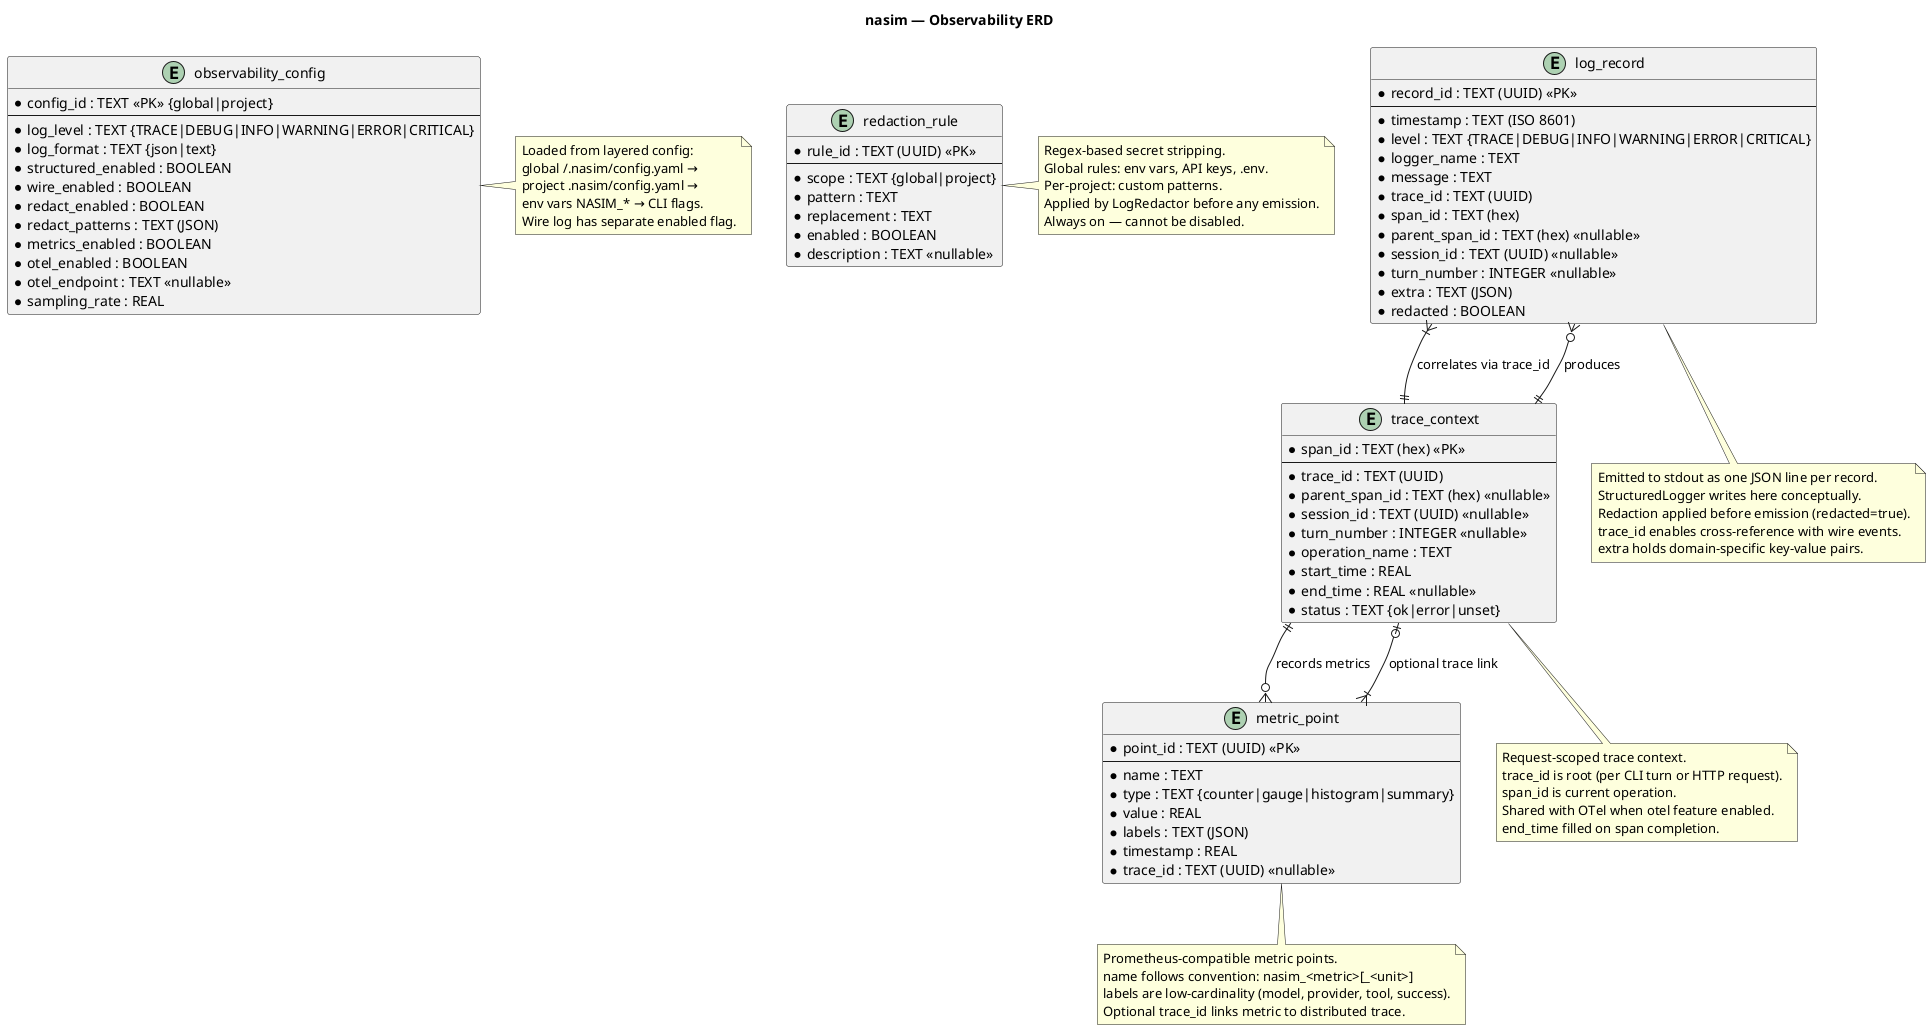
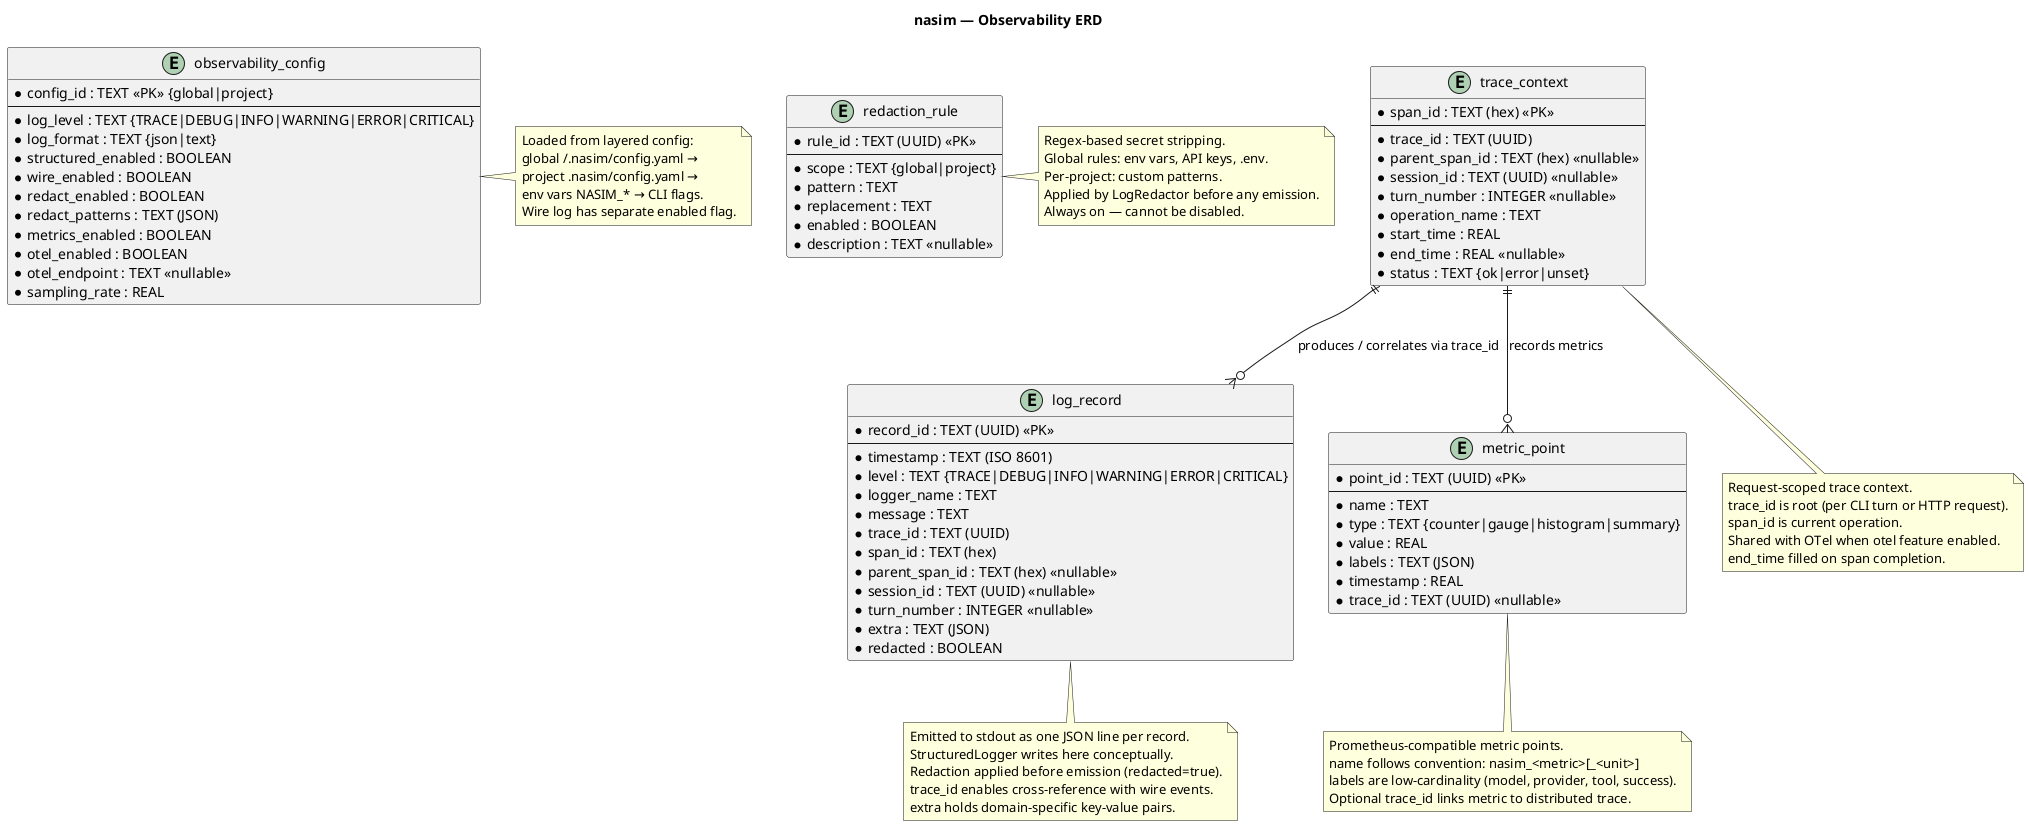
@startuml er_observability
+ ' Source:  docs/CT/DATA/ (observability is emit-only — stdout + /metrics)
+ ' Store:   Observability — stdout + /metrics endpoint (in-memory + stdout)
+ ' Legend:  * = mandatory;  <<PK>> = primary key;  <<FK>> = foreign key
' ============================================================
' Title:     nasim — Observability ERD
' Boundary:  nasim code agent CLI
' Purpose:   Physical schema for structured logs, metrics, and trace context
' Milestone: v1.0
' Version:   1.0.0
' Source:    docs/audit/audit.2026.06.20.logging.observability.car.md
' Review:    —
' Note:      Emit-only per tenas pattern. Logs go to stdout.
'            Metrics exposed via /metrics pull endpoint.
'            OTel export is optional (behind feature flag).
' ============================================================

title nasim — Observability ERD

entity "log_record" as lr {
    * record_id : TEXT (UUID) <<PK>>
    --
    * timestamp : TEXT (ISO 8601)
    * level : TEXT {TRACE|DEBUG|INFO|WARNING|ERROR|CRITICAL}
    * logger_name : TEXT
    * message : TEXT
    * trace_id : TEXT (UUID)
    * span_id : TEXT (hex)
    * parent_span_id : TEXT (hex) <<nullable>>
    * session_id : TEXT (UUID) <<nullable>>
    * turn_number : INTEGER <<nullable>>
    * extra : TEXT (JSON)
    * redacted : BOOLEAN
}

entity "metric_point" as mp {
    * point_id : TEXT (UUID) <<PK>>
    --
    * name : TEXT
    * type : TEXT {counter|gauge|histogram|summary}
    * value : REAL
    * labels : TEXT (JSON)
    * timestamp : REAL
    * trace_id : TEXT (UUID) <<nullable>>
}

entity "trace_context" as tc {
    * span_id : TEXT (hex) <<PK>>
    --
    * trace_id : TEXT (UUID)
    * parent_span_id : TEXT (hex) <<nullable>>
    * session_id : TEXT (UUID) <<nullable>>
    * turn_number : INTEGER <<nullable>>
    * operation_name : TEXT
    * start_time : REAL
    * end_time : REAL <<nullable>>
    * status : TEXT {ok|error|unset}
}

entity "observability_config" as oc {
    * config_id : TEXT <<PK>> {global|project}
    --
    * log_level : TEXT {TRACE|DEBUG|INFO|WARNING|ERROR|CRITICAL}
    * log_format : TEXT {json|text}
    * structured_enabled : BOOLEAN
    * wire_enabled : BOOLEAN
    * redact_enabled : BOOLEAN
    * redact_patterns : TEXT (JSON)
    * metrics_enabled : BOOLEAN
    * otel_enabled : BOOLEAN
    * otel_endpoint : TEXT <<nullable>>
    * sampling_rate : REAL
}

entity "redaction_rule" as rr {
    * rule_id : TEXT (UUID) <<PK>>
    --
    * scope : TEXT {global|project}
    * pattern : TEXT
    * replacement : TEXT
    * enabled : BOOLEAN
    * description : TEXT <<nullable>>
}

- lr }|--|| tc : "correlates via trace_id"
- mp }|--o| tc : "optional trace link"
- tc ||--o{ lr : "produces"
+ tc ||--o{ lr : "produces / correlates via trace_id"
tc ||--o{ mp : "records metrics"

note bottom of lr
  Emitted to stdout as one JSON line per record.
  StructuredLogger writes here conceptually.
  Redaction applied before emission (redacted=true).
  trace_id enables cross-reference with wire events.
  extra holds domain-specific key-value pairs.
end note

note bottom of mp
  Prometheus-compatible metric points.
  name follows convention: nasim_<metric>[_<unit>]
  labels are low-cardinality (model, provider, tool, success).
  Optional trace_id links metric to distributed trace.
end note

note bottom of tc
  Request-scoped trace context.
  trace_id is root (per CLI turn or HTTP request).
  span_id is current operation.
  Shared with OTel when otel feature enabled.
  end_time filled on span completion.
end note

note right of oc
  Loaded from layered config:
  global ~/.nasim/config.yaml →
  project .nasim/config.yaml →
  env vars NASIM_* → CLI flags.
  Wire log has separate enabled flag.
end note

note right of rr
  Regex-based secret stripping.
  Global rules: env vars, API keys, .env.
  Per-project: custom patterns.
  Applied by LogRedactor before any emission.
  Always on — cannot be disabled.
end note

@enduml
